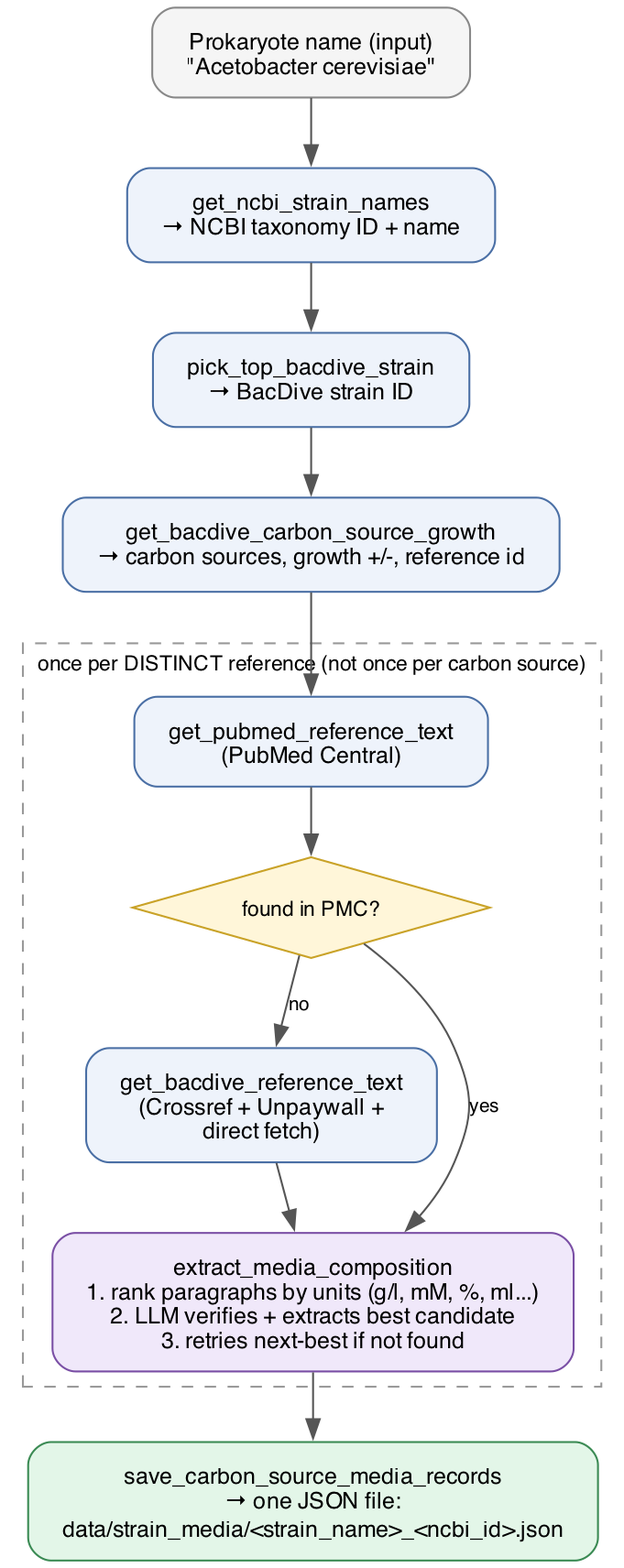
The Graphviz diagram docs/pipeline.png in pavan-kumar-s/GenoScape, before a commit. Its source is kept beside it as docs/pipeline.dot.
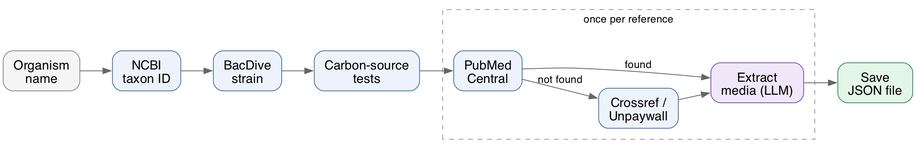
After the change.

Diff of the diagram source:
```diff
@@ -1,36 +1,34 @@
 digraph GenoScape {
-    rankdir=TB;
+    rankdir=LR;
     bgcolor="white";
+    nodesep=0.35;
+    ranksep=0.55;
     node [shape=box, style="rounded,filled", fillcolor="#eef3fb", color="#4a6fa5",
-          fontname="Helvetica", fontsize=12, margin="0.25,0.15"];
-    edge [fontname="Helvetica", fontsize=10, color="#555555"];
+          fontname="Helvetica", fontsize=16, margin="0.18,0.12"];
+    edge [fontname="Helvetica", fontsize=13, color="#666666"];
 
-    input   [label="Prokaryote name (input)\n\"Acetobacter cerevisiae\"", fillcolor="#f5f5f5", color="#888888"];
-    ncbi    [label="get_ncbi_strain_names\n→ NCBI taxonomy ID + name"];
-    bacdive [label="pick_top_bacdive_strain\n→ BacDive strain ID"];
-    carbon  [label="get_bacdive_carbon_source_growth\n→ carbon sources, growth +/-, reference id"];
-    save    [label="save_carbon_source_media_records\n→ one JSON file:\ndata/strain_media/<strain_name>_<ncbi_id>.json",
-              fillcolor="#e3f6e8", color="#3a8a53"];
+    input   [label="Organism\nname", fillcolor="#f5f5f5", color="#888888"];
+    ncbi    [label="NCBI\ntaxon ID"];
+    bacdive [label="BacDive\nstrain"];
+    carbon  [label="Carbon-source\ntests"];
+    save    [label="Save\nJSON file", fillcolor="#e3f6e8", color="#3a8a53"];
 
     input -> ncbi -> bacdive -> carbon;
 
     subgraph cluster_ref {
-        label = "once per DISTINCT reference (not once per carbon source)";
+        label = "once per reference";
         style = "dashed";
-        fontsize = 11;
+        fontsize = 13;
         fontname = "Helvetica";
         color = "#999999";
+        margin = 14;
 
-        pmc      [label="get_pubmed_reference_text\n(PubMed Central)"];
-        decision [label="found in PMC?", shape=diamond, style=filled, fillcolor="#fff6d9",
-                  color="#c9a227", fontsize=11, margin="0.15,0.1"];
-        fallback [label="get_bacdive_reference_text\n(Crossref + Unpaywall +\ndirect fetch)"];
-        extract  [label="extract_media_composition\n1. rank paragraphs by units (g/l, mM, %, ml...)\n2. LLM verifies + extracts best candidate\n3. retries next-best if not found",
-                  fillcolor="#f0e8fa", color="#7a4fa5"];
+        pmc      [label="PubMed\nCentral"];
+        fallback [label="Crossref /\nUnpaywall"];
+        extract  [label="Extract\nmedia (LLM)", fillcolor="#f0e8fa", color="#7a4fa5"];
 
-        pmc -> decision;
-        decision -> extract [label="yes"];
-        decision -> fallback [label="no"];
+        pmc -> extract [label="found"];
+        pmc -> fallback [label="not found"];
         fallback -> extract;
     }
 
```
